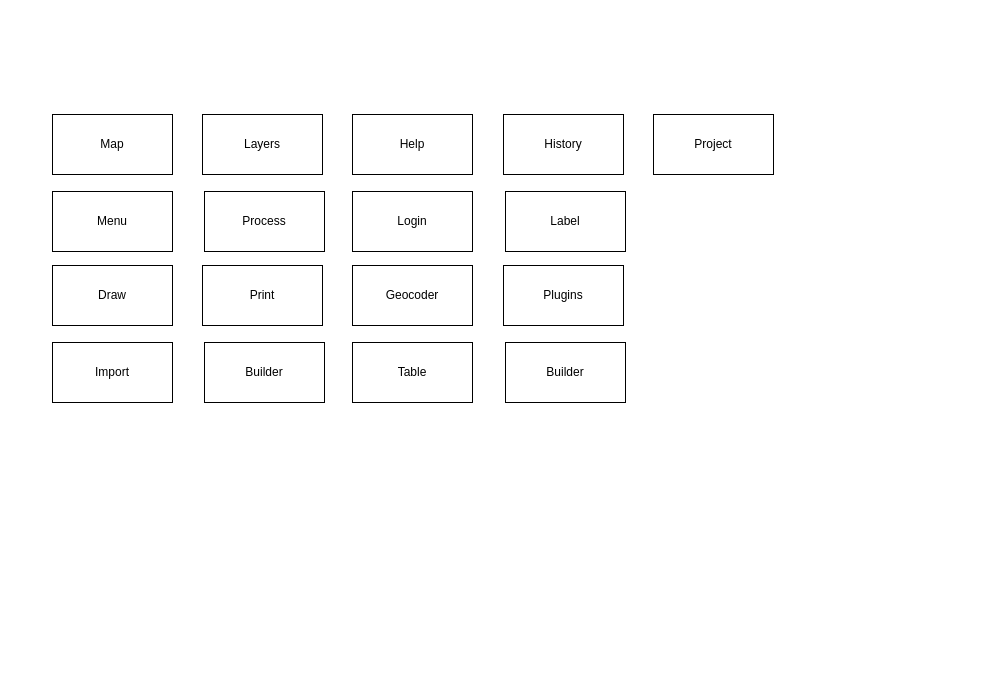
Earlier version of the draw.io diagram src/docs/diagrams/App.drawio (ign-argentina/argenmap). Source tidied: cells renumbered, new cells numbered last; positions are measured from the earlier drawing's top-left corner, leaving out a move shared by most shapes. Both pictures are drawn from the tidied source at 100%, with x=0, y=0 at pixel (52, 114).
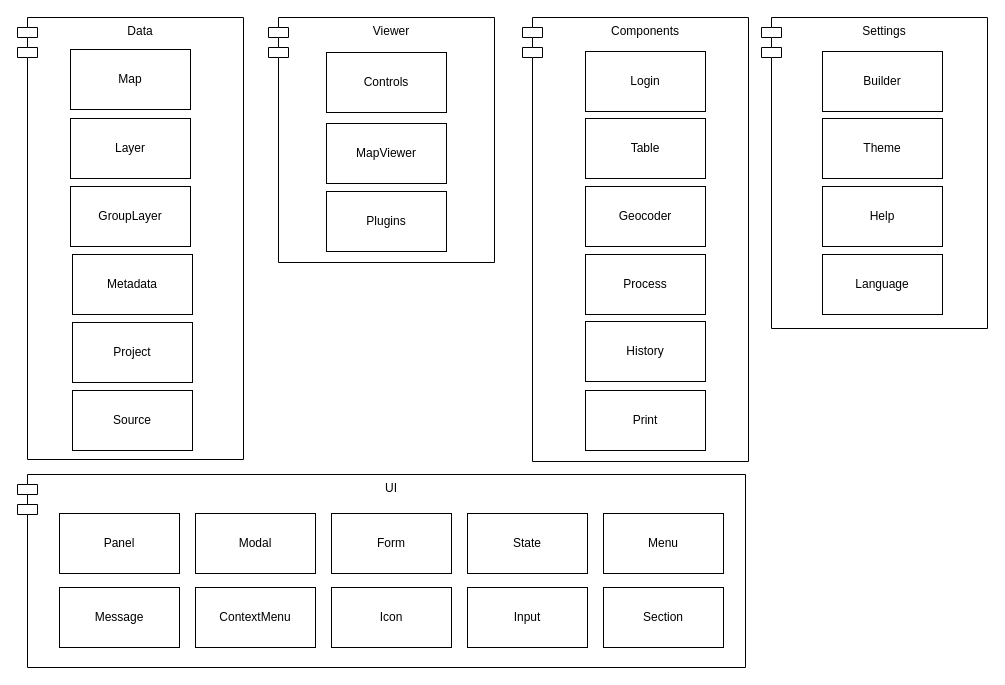
Above is the later version.

Change to the diagram source:
```diff
@@
+    <mxCell id="19" value="UI" style="shape=module;align=left;spacingLeft=20;align=center;verticalAlign=top;" parent="1" vertex="1">
+      <mxGeometry x="-35" y="360" width="728" height="193" as="geometry" />
+    </mxCell>
+    <mxCell id="20" value="Settings" style="shape=module;align=left;spacingLeft=20;align=center;verticalAlign=top;" parent="1" vertex="1">
+      <mxGeometry x="709" y="-97" width="226" height="311" as="geometry" />
+    </mxCell>
+    <mxCell id="21" value="Components" style="shape=module;align=left;spacingLeft=20;align=center;verticalAlign=top;" parent="1" vertex="1">
+      <mxGeometry x="470" y="-97" width="226" height="444" as="geometry" />
+    </mxCell>
+    <mxCell id="22" value="Data" style="shape=module;align=left;spacingLeft=20;align=center;verticalAlign=top;" parent="1" vertex="1">
+      <mxGeometry x="-35" y="-97" width="226" height="442" as="geometry" />
+    </mxCell>
     <mxCell id="2" value="Login" style="rounded=0;whiteSpace=wrap;html=1;" parent="1" vertex="1">
-      <mxGeometry x="300" y="77" width="120" height="60" as="geometry" />
+      <mxGeometry x="533" y="-63" width="120" height="60" as="geometry" />
     </mxCell>
     <mxCell id="3" value="Help" style="rounded=0;whiteSpace=wrap;html=1;" parent="1" vertex="1">
-      <mxGeometry x="300" width="120" height="60" as="geometry" />
+      <mxGeometry x="770" y="72" width="120" height="60" as="geometry" />
     </mxCell>
     <mxCell id="4" value="Process" style="rounded=0;whiteSpace=wrap;html=1;" parent="1" vertex="1">
-      <mxGeometry x="152" y="77" width="120" height="60" as="geometry" />
+      <mxGeometry x="533" y="140" width="120" height="60" as="geometry" />
     </mxCell>
-    <mxCell id="5" value="Layers" style="rounded=0;whiteSpace=wrap;html=1;" parent="1" vertex="1">
-      <mxGeometry x="150" width="120" height="60" as="geometry" />
+    <mxCell id="5" value="Layer" style="rounded=0;whiteSpace=wrap;html=1;" parent="1" vertex="1">
+      <mxGeometry x="18" y="4" width="120" height="60" as="geometry" />
     </mxCell>
     <mxCell id="6" value="Menu" style="rounded=0;whiteSpace=wrap;html=1;" parent="1" vertex="1">
-      <mxGeometry y="77" width="120" height="60" as="geometry" />
+      <mxGeometry x="551" y="399" width="120" height="60" as="geometry" />
     </mxCell>
     <mxCell id="7" value="Map" style="rounded=0;whiteSpace=wrap;html=1;" parent="1" vertex="1">
-      <mxGeometry width="120" height="60" as="geometry" />
+      <mxGeometry x="18" y="-65" width="120" height="60" as="geometry" />
     </mxCell>
     <mxCell id="8" value="Table" style="rounded=0;whiteSpace=wrap;html=1;" parent="1" vertex="1">
-      <mxGeometry x="300" y="228" width="120" height="60" as="geometry" />
+      <mxGeometry x="533" y="4" width="120" height="60" as="geometry" />
     </mxCell>
     <mxCell id="9" value="Geocoder" style="rounded=0;whiteSpace=wrap;html=1;" parent="1" vertex="1">
-      <mxGeometry x="300" y="151" width="120" height="60" as="geometry" />
+      <mxGeometry x="533" y="72" width="120" height="60" as="geometry" />
     </mxCell>
-    <mxCell id="10" value="Builder" style="rounded=0;whiteSpace=wrap;html=1;" parent="1" vertex="1">
-      <mxGeometry x="152" y="228" width="120" height="60" as="geometry" />
-    </mxCell>
     <mxCell id="11" value="Print" style="rounded=0;whiteSpace=wrap;html=1;" parent="1" vertex="1">
-      <mxGeometry x="150" y="151" width="120" height="60" as="geometry" />
+      <mxGeometry x="533" y="276" width="120" height="60" as="geometry" />
     </mxCell>
-    <mxCell id="12" value="Import" style="rounded=0;whiteSpace=wrap;html=1;" parent="1" vertex="1">
-      <mxGeometry y="228" width="120" height="60" as="geometry" />
-    </mxCell>
-    <mxCell id="13" value="Draw" style="rounded=0;whiteSpace=wrap;html=1;" parent="1" vertex="1">
-      <mxGeometry y="151" width="120" height="60" as="geometry" />
-    </mxCell>
     <mxCell id="14" value="Project" style="rounded=0;whiteSpace=wrap;html=1;" parent="1" vertex="1">
-      <mxGeometry x="601" width="120" height="60" as="geometry" />
+      <mxGeometry x="20" y="208" width="120" height="60" as="geometry" />
     </mxCell>
-    <mxCell id="15" value="Label" style="rounded=0;whiteSpace=wrap;html=1;" parent="1" vertex="1">
-      <mxGeometry x="453" y="77" width="120" height="60" as="geometry" />
-    </mxCell>
     <mxCell id="16" value="History" style="rounded=0;whiteSpace=wrap;html=1;" parent="1" vertex="1">
-      <mxGeometry x="451" width="120" height="60" as="geometry" />
+      <mxGeometry x="533" y="207" width="120" height="60" as="geometry" />
     </mxCell>
     <mxCell id="17" value="Builder" style="rounded=0;whiteSpace=wrap;html=1;" parent="1" vertex="1">
-      <mxGeometry x="453" y="228" width="120" height="60" as="geometry" />
+      <mxGeometry x="770" y="-63" width="120" height="60" as="geometry" />
     </mxCell>
+    <mxCell id="23" value="GroupLayer" style="rounded=0;whiteSpace=wrap;html=1;" parent="1" vertex="1">
+      <mxGeometry x="18" y="72" width="120" height="60" as="geometry" />
+    </mxCell>
+    <mxCell id="24" value="Section" style="rounded=0;whiteSpace=wrap;html=1;" parent="1" vertex="1">
+      <mxGeometry x="551" y="473" width="120" height="60" as="geometry" />
+    </mxCell>
+    <mxCell id="25" value="Metadata" style="rounded=0;whiteSpace=wrap;html=1;" parent="1" vertex="1">
+      <mxGeometry x="20" y="140" width="120" height="60" as="geometry" />
+    </mxCell>
+    <mxCell id="26" value="Language" style="rounded=0;whiteSpace=wrap;html=1;" parent="1" vertex="1">
+      <mxGeometry x="770" y="140" width="120" height="60" as="geometry" />
+    </mxCell>
+    <mxCell id="27" value="Theme" style="rounded=0;whiteSpace=wrap;html=1;" parent="1" vertex="1">
+      <mxGeometry x="770" y="4" width="120" height="60" as="geometry" />
+    </mxCell>
+    <mxCell id="28" value="State" style="rounded=0;whiteSpace=wrap;html=1;" parent="1" vertex="1">
+      <mxGeometry x="415" y="399" width="120" height="60" as="geometry" />
+    </mxCell>
+    <mxCell id="29" value="Panel" style="rounded=0;whiteSpace=wrap;html=1;" parent="1" vertex="1">
+      <mxGeometry x="7" y="399" width="120" height="60" as="geometry" />
+    </mxCell>
+    <mxCell id="30" value="Modal" style="rounded=0;whiteSpace=wrap;html=1;" parent="1" vertex="1">
+      <mxGeometry x="143" y="399" width="120" height="60" as="geometry" />
+    </mxCell>
+    <mxCell id="31" value="Form" style="rounded=0;whiteSpace=wrap;html=1;" parent="1" vertex="1">
+      <mxGeometry x="279" y="399" width="120" height="60" as="geometry" />
+    </mxCell>
+    <mxCell id="32" value="Message" style="rounded=0;whiteSpace=wrap;html=1;" parent="1" vertex="1">
+      <mxGeometry x="7" y="473" width="120" height="60" as="geometry" />
+    </mxCell>
+    <mxCell id="33" value="ContextMenu" style="rounded=0;whiteSpace=wrap;html=1;" parent="1" vertex="1">
+      <mxGeometry x="143" y="473" width="120" height="60" as="geometry" />
+    </mxCell>
+    <mxCell id="34" value="Icon" style="rounded=0;whiteSpace=wrap;html=1;" parent="1" vertex="1">
+      <mxGeometry x="279" y="473" width="120" height="60" as="geometry" />
+    </mxCell>
+    <mxCell id="35" value="Input" style="rounded=0;whiteSpace=wrap;html=1;" parent="1" vertex="1">
+      <mxGeometry x="415" y="473" width="120" height="60" as="geometry" />
+    </mxCell>
+    <mxCell id="36" style="group;" parent="1" vertex="1">
+      <mxGeometry x="216" y="-97" width="226" height="245" as="geometry" />
+    </mxCell>
+    <mxCell id="37" value="Viewer" style="shape=module;align=left;spacingLeft=20;align=center;verticalAlign=top;" parent="36" vertex="1">
+      <mxGeometry width="226" height="245" as="geometry" />
+    </mxCell>
-    <mxCell id="18" value="Plugins" style="rounded=0;whiteSpace=wrap;html=1;" parent="1" vertex="1">
-      <mxGeometry x="451" y="151" width="120" height="60" as="geometry" />
+    <mxCell id="18" value="Controls" style="rounded=0;whiteSpace=wrap;html=1;" parent="36" vertex="1">
+      <mxGeometry x="58" y="35" width="120" height="60" as="geometry" />
     </mxCell>
+    <mxCell id="38" value="MapViewer" style="rounded=0;whiteSpace=wrap;html=1;" parent="36" vertex="1">
+      <mxGeometry x="58" y="106" width="120" height="60" as="geometry" />
+    </mxCell>
+    <mxCell id="39" value="Plugins" style="rounded=0;whiteSpace=wrap;html=1;" parent="36" vertex="1">
+      <mxGeometry x="58" y="174" width="120" height="60" as="geometry" />
+    </mxCell>
+    <mxCell id="12" value="Source" style="rounded=0;whiteSpace=wrap;html=1;" parent="1" vertex="1">
+      <mxGeometry x="20" y="276" width="120" height="60" as="geometry" />
+    </mxCell>
```
